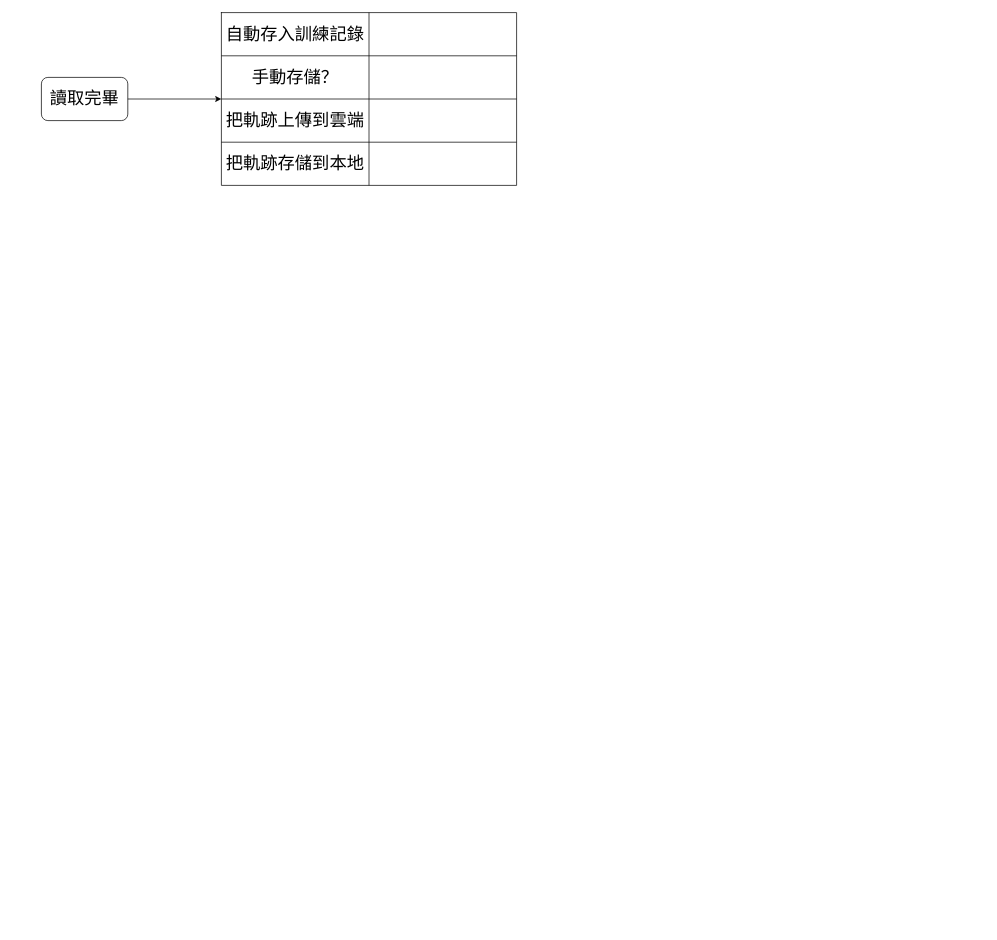
Earlier version of the draw.io diagram skyleader2.0.drawio (pengzhen80/PigeonRace). Source tidied: cells renumbered, new cells numbered last; positions are measured from the earlier drawing's top-left corner, leaving out a move shared by most shapes. Both pictures are drawn from the tidied source at 72%, with x=0, y=0 at pixel (41, 12).
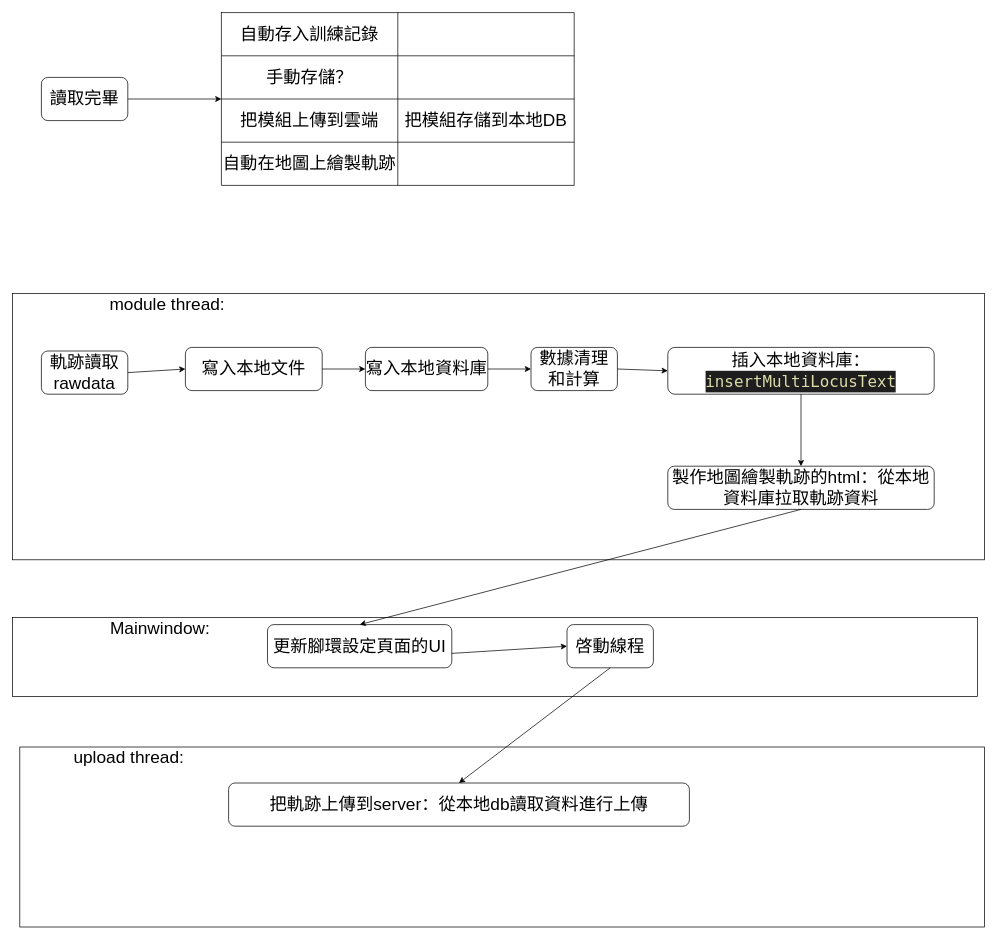
Above is the later version.

Diff of the diagram source:
```diff
@@
+    <mxCell id="17" style="rounded=0;whiteSpace=wrap;html=1;fontSize=24;" parent="1" vertex="1">
+      <mxGeometry x="-30" y="1020" width="1340" height="250" as="geometry" />
+    </mxCell>
+    <mxCell id="18" style="rounded=0;whiteSpace=wrap;html=1;fontSize=24;" parent="1" vertex="1">
+      <mxGeometry x="-40" y="390" width="1350" height="370" as="geometry" />
+    </mxCell>
@@
     <mxCell id="4" style="shape=table;startSize=0;childLayout=tableLayout;fontSize=24;" parent="1" vertex="1">
-      <mxGeometry x="250" width="410" height="240" as="geometry" />
+      <mxGeometry x="250" width="490" height="240" as="geometry" />
     </mxCell>
     <mxCell id="5" style="shape=tableRow;horizontal=0;startSize=0;swimlaneHead=0;swimlaneBody=0;top=0;left=0;bottom=0;right=0;fillColor=none;fontSize=24;" parent="4" vertex="1">
-      <mxGeometry width="410" height="60" as="geometry" />
+      <mxGeometry width="490" height="60" as="geometry" />
     </mxCell>
     <mxCell id="6" value="自動存入訓練記錄" style="shape=partialRectangle;html=1;whiteSpace=wrap;overflow=hidden;fillColor=none;top=0;left=0;bottom=0;right=0;fontSize=24;" parent="5" vertex="1">
-      <mxGeometry width="205" height="60" as="geometry" />
+      <mxGeometry width="245" height="60" as="geometry" />
     </mxCell>
     <mxCell id="7" style="shape=partialRectangle;html=1;whiteSpace=wrap;overflow=hidden;fillColor=none;top=0;left=0;bottom=0;right=0;fontSize=24;" parent="5" vertex="1">
-      <mxGeometry x="205" width="205" height="60" as="geometry" />
+      <mxGeometry x="245" width="245" height="60" as="geometry" />
     </mxCell>
     <mxCell id="8" style="shape=tableRow;horizontal=0;startSize=0;swimlaneHead=0;swimlaneBody=0;top=0;left=0;bottom=0;right=0;fillColor=none;fontSize=24;" parent="4" vertex="1">
-      <mxGeometry y="60" width="410" height="60" as="geometry" />
+      <mxGeometry y="60" width="490" height="60" as="geometry" />
     </mxCell>
     <mxCell id="9" value="手動存儲？" style="shape=partialRectangle;html=1;whiteSpace=wrap;overflow=hidden;fillColor=none;top=0;left=0;bottom=0;right=0;fontSize=24;" parent="8" vertex="1">
-      <mxGeometry width="205" height="60" as="geometry" />
+      <mxGeometry width="245" height="60" as="geometry" />
     </mxCell>
     <mxCell id="10" style="shape=partialRectangle;html=1;whiteSpace=wrap;overflow=hidden;fillColor=none;top=0;left=0;bottom=0;right=0;fontSize=24;" parent="8" vertex="1">
-      <mxGeometry x="205" width="205" height="60" as="geometry" />
+      <mxGeometry x="245" width="245" height="60" as="geometry" />
     </mxCell>
     <mxCell id="11" style="shape=tableRow;horizontal=0;startSize=0;swimlaneHead=0;swimlaneBody=0;top=0;left=0;bottom=0;right=0;fillColor=none;fontSize=24;" parent="4" vertex="1">
-      <mxGeometry y="120" width="410" height="60" as="geometry" />
+      <mxGeometry y="120" width="490" height="60" as="geometry" />
     </mxCell>
-    <mxCell id="12" value="把軌跡上傳到雲端" style="shape=partialRectangle;html=1;whiteSpace=wrap;overflow=hidden;fillColor=none;top=0;left=0;bottom=0;right=0;fontSize=24;" parent="11" vertex="1">
-      <mxGeometry width="205" height="60" as="geometry" />
+    <mxCell id="12" value="把模組上傳到雲端" style="shape=partialRectangle;html=1;whiteSpace=wrap;overflow=hidden;fillColor=none;top=0;left=0;bottom=0;right=0;fontSize=24;" parent="11" vertex="1">
+      <mxGeometry width="245" height="60" as="geometry" />
     </mxCell>
-    <mxCell id="13" style="shape=partialRectangle;html=1;whiteSpace=wrap;overflow=hidden;fillColor=none;top=0;left=0;bottom=0;right=0;fontSize=24;" parent="11" vertex="1">
-      <mxGeometry x="205" width="205" height="60" as="geometry" />
+    <mxCell id="13" value="把模組存儲到本地DB" style="shape=partialRectangle;html=1;whiteSpace=wrap;overflow=hidden;fillColor=none;top=0;left=0;bottom=0;right=0;fontSize=24;" parent="11" vertex="1">
+      <mxGeometry x="245" width="245" height="60" as="geometry" />
     </mxCell>
-    <mxCell id="14" style="shape=tableRow;horizontal=0;startSize=0;swimlaneHead=0;swimlaneBody=0;top=0;left=0;bottom=0;right=0;fillColor=none;fontSize=24;" parent="4" vertex="1">
-      <mxGeometry y="180" width="410" height="60" as="geometry" />
-    </mxCell>
-    <mxCell id="15" value="把軌跡存儲到本地" style="shape=partialRectangle;html=1;whiteSpace=wrap;overflow=hidden;fillColor=none;top=0;left=0;bottom=0;right=0;fontSize=24;" parent="14" vertex="1">
-      <mxGeometry width="205" height="60" as="geometry" />
-    </mxCell>
-    <mxCell id="16" style="shape=partialRectangle;html=1;whiteSpace=wrap;overflow=hidden;fillColor=none;top=0;left=0;bottom=0;right=0;fontSize=24;" parent="14" vertex="1">
-      <mxGeometry x="205" width="205" height="60" as="geometry" />
-    </mxCell>
+    <mxCell id="19" style="shape=tableRow;horizontal=0;startSize=0;swimlaneHead=0;swimlaneBody=0;top=0;left=0;bottom=0;right=0;fillColor=none;fontSize=24;" parent="4" vertex="1">
+      <mxGeometry y="180" width="490" height="60" as="geometry" />
+    </mxCell>
+    <mxCell id="20" value="自動在地圖上繪製軌跡" style="shape=partialRectangle;html=1;whiteSpace=wrap;overflow=hidden;fillColor=none;top=0;left=0;bottom=0;right=0;fontSize=24;" parent="19" vertex="1">
+      <mxGeometry width="245" height="60" as="geometry" />
+    </mxCell>
+    <mxCell id="21" style="shape=partialRectangle;html=1;whiteSpace=wrap;overflow=hidden;fillColor=none;top=0;left=0;bottom=0;right=0;fontSize=24;" parent="19" vertex="1">
+      <mxGeometry x="245" width="245" height="60" as="geometry" />
+    </mxCell>
+    <mxCell id="22" value="軌跡讀取rawdata" style="rounded=1;whiteSpace=wrap;html=1;fontSize=24;" parent="1" vertex="1">
+      <mxGeometry y="470" width="120" height="60" as="geometry" />
+    </mxCell>
+    <mxCell id="23" value="寫入本地文件" style="rounded=1;whiteSpace=wrap;html=1;fontSize=24;" parent="1" vertex="1">
+      <mxGeometry x="200" y="465" width="190" height="60" as="geometry" />
+    </mxCell>
+    <mxCell id="24" value="寫入本地資料庫" style="rounded=1;whiteSpace=wrap;html=1;fontSize=24;" parent="1" vertex="1">
+      <mxGeometry x="450" y="465" width="170" height="60" as="geometry" />
+    </mxCell>
+    <mxCell id="25" value="數據清理和計算" style="rounded=1;whiteSpace=wrap;html=1;fontSize=24;" parent="1" vertex="1">
+      <mxGeometry x="680" y="465" width="120" height="60" as="geometry" />
+    </mxCell>
+    <mxCell id="26" style="endArrow=classic;html=1;rounded=0;fontSize=24;exitX=1;exitY=0.5;exitDx=0;exitDy=0;entryX=0;entryY=0.5;entryDx=0;entryDy=0;" parent="1" edge="1" source="22" target="23">
+      <mxGeometry relative="1" as="geometry" />
+    </mxCell>
+    <mxCell id="27" style="endArrow=classic;html=1;rounded=0;fontSize=24;exitX=1;exitY=0.5;exitDx=0;exitDy=0;" parent="1" edge="1" source="23" target="24">
+      <mxGeometry relative="1" as="geometry" />
+    </mxCell>
+    <mxCell id="28" style="endArrow=classic;html=1;rounded=0;fontSize=24;exitX=1;exitY=0.5;exitDx=0;exitDy=0;entryX=0;entryY=0.5;entryDx=0;entryDy=0;" parent="1" edge="1" source="24" target="25">
+      <mxGeometry relative="1" as="geometry" />
+    </mxCell>
+    <mxCell id="29" value="插入本地資料庫：&lt;br&gt;&lt;div style=&quot;color: rgb(212, 212, 212); background-color: rgb(30, 30, 30); font-family: &amp;quot;Droid Sans Mono&amp;quot;, &amp;quot;monospace&amp;quot;, monospace; font-size: 22px; line-height: 30px;&quot;&gt;&lt;span style=&quot;color: #dcdcaa;&quot;&gt;insertMultiLocusText&lt;/span&gt;&lt;/div&gt;" style="rounded=1;whiteSpace=wrap;html=1;fontSize=24;" parent="1" vertex="1">
+      <mxGeometry x="870" y="465" width="370" height="65" as="geometry" />
+    </mxCell>
+    <mxCell id="30" style="endArrow=classic;html=1;rounded=0;fontSize=24;exitX=1;exitY=0.5;exitDx=0;exitDy=0;entryX=0;entryY=0.5;entryDx=0;entryDy=0;" parent="1" edge="1" source="25" target="29">
+      <mxGeometry relative="1" as="geometry" />
+    </mxCell>
+    <mxCell id="31" value="製作地圖繪製軌跡的html：從本地資料庫拉取軌跡資料" style="rounded=1;whiteSpace=wrap;html=1;fontSize=24;" parent="1" vertex="1">
+      <mxGeometry x="870" y="630" width="370" height="60" as="geometry" />
+    </mxCell>
+    <mxCell id="32" style="endArrow=classic;html=1;rounded=0;fontSize=24;exitX=0.5;exitY=1;exitDx=0;exitDy=0;entryX=0.5;entryY=0;entryDx=0;entryDy=0;" parent="1" edge="1" source="29" target="31">
+      <mxGeometry relative="1" as="geometry" />
+    </mxCell>
+    <mxCell id="33" value="module thread:" style="text;html=1;strokeColor=none;fillColor=none;align=center;verticalAlign=middle;whiteSpace=wrap;rounded=0;fontSize=24;" parent="1" vertex="1">
+      <mxGeometry x="-30" y="390" width="410" height="30" as="geometry" />
+    </mxCell>
+    <mxCell id="34" style="rounded=0;whiteSpace=wrap;html=1;fontSize=24;" parent="1" vertex="1">
+      <mxGeometry x="-40" y="840" width="1340" height="110" as="geometry" />
+    </mxCell>
+    <mxCell id="35" value="Mainwindow:" style="text;html=1;strokeColor=none;fillColor=none;align=center;verticalAlign=middle;whiteSpace=wrap;rounded=0;fontSize=24;" parent="1" vertex="1">
+      <mxGeometry x="-30" y="840" width="390" height="30" as="geometry" />
+    </mxCell>
+    <mxCell id="36" value="更新腳環設定頁面的UI" style="rounded=1;whiteSpace=wrap;html=1;fontSize=24;" parent="1" vertex="1">
+      <mxGeometry x="314" y="850" width="256" height="60" as="geometry" />
+    </mxCell>
+    <mxCell id="37" value="把軌跡上傳到server：從本地db讀取資料進行上傳" style="rounded=1;whiteSpace=wrap;html=1;fontSize=24;" parent="1" vertex="1">
+      <mxGeometry x="260" y="1070" width="640" height="60" as="geometry" />
+    </mxCell>
+    <mxCell id="38" style="endArrow=classic;html=1;rounded=0;fontSize=24;entryX=0;entryY=0.5;entryDx=0;entryDy=0;" parent="1" edge="1" target="41">
+      <mxGeometry relative="1" as="geometry">
+        <mxPoint x="570" y="890" as="sourcePoint" />
+      </mxGeometry>
+    </mxCell>
+    <mxCell id="39" style="endArrow=classic;html=1;rounded=0;fontSize=24;exitX=0.5;exitY=1;exitDx=0;exitDy=0;entryX=0.5;entryY=0;entryDx=0;entryDy=0;" parent="1" edge="1" source="31" target="36">
+      <mxGeometry relative="1" as="geometry" />
+    </mxCell>
+    <mxCell id="40" value="upload thread:&amp;nbsp;" style="text;html=1;strokeColor=none;fillColor=none;align=center;verticalAlign=middle;whiteSpace=wrap;rounded=0;fontSize=24;" parent="1" vertex="1">
+      <mxGeometry x="-30" y="1020" width="310" height="30" as="geometry" />
+    </mxCell>
+    <mxCell id="41" value="啓動線程" style="rounded=1;whiteSpace=wrap;html=1;fontSize=24;" parent="1" vertex="1">
+      <mxGeometry x="730" y="850" width="120" height="60" as="geometry" />
+    </mxCell>
+    <mxCell id="42" style="endArrow=classic;html=1;rounded=0;fontSize=24;exitX=0.5;exitY=1;exitDx=0;exitDy=0;entryX=0.5;entryY=0;entryDx=0;entryDy=0;" parent="1" edge="1" source="41" target="37">
+      <mxGeometry relative="1" as="geometry" />
+    </mxCell>
```
